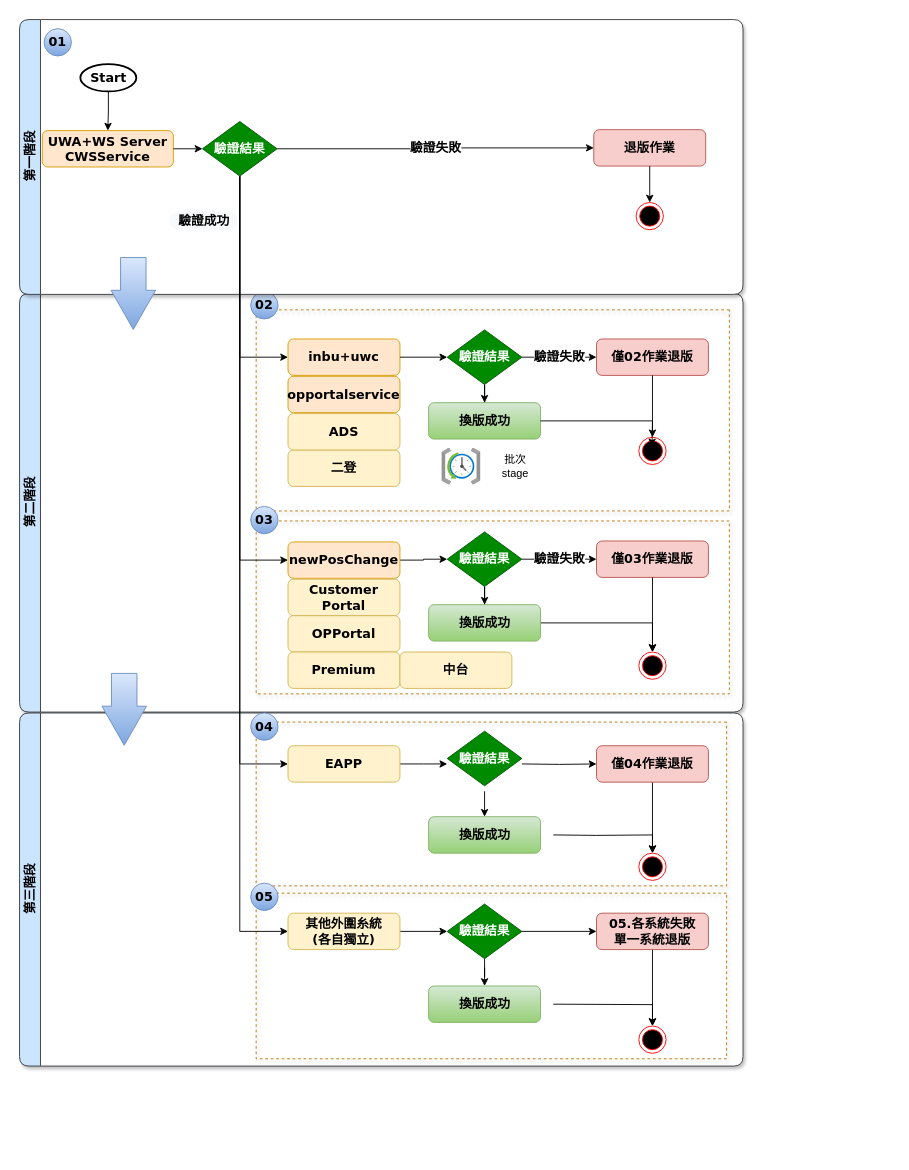
Before: 未命名绘图.drawio in chenegg/chenegg.github.io, a draw.io diagram. Source tidied: cells renumbered, new cells numbered last; positions are measured from the earlier drawing's top-left corner, leaving out a move shared by most shapes. Both pictures are drawn from the tidied source at 91%, with x=0, y=0 at pixel (19, 19).
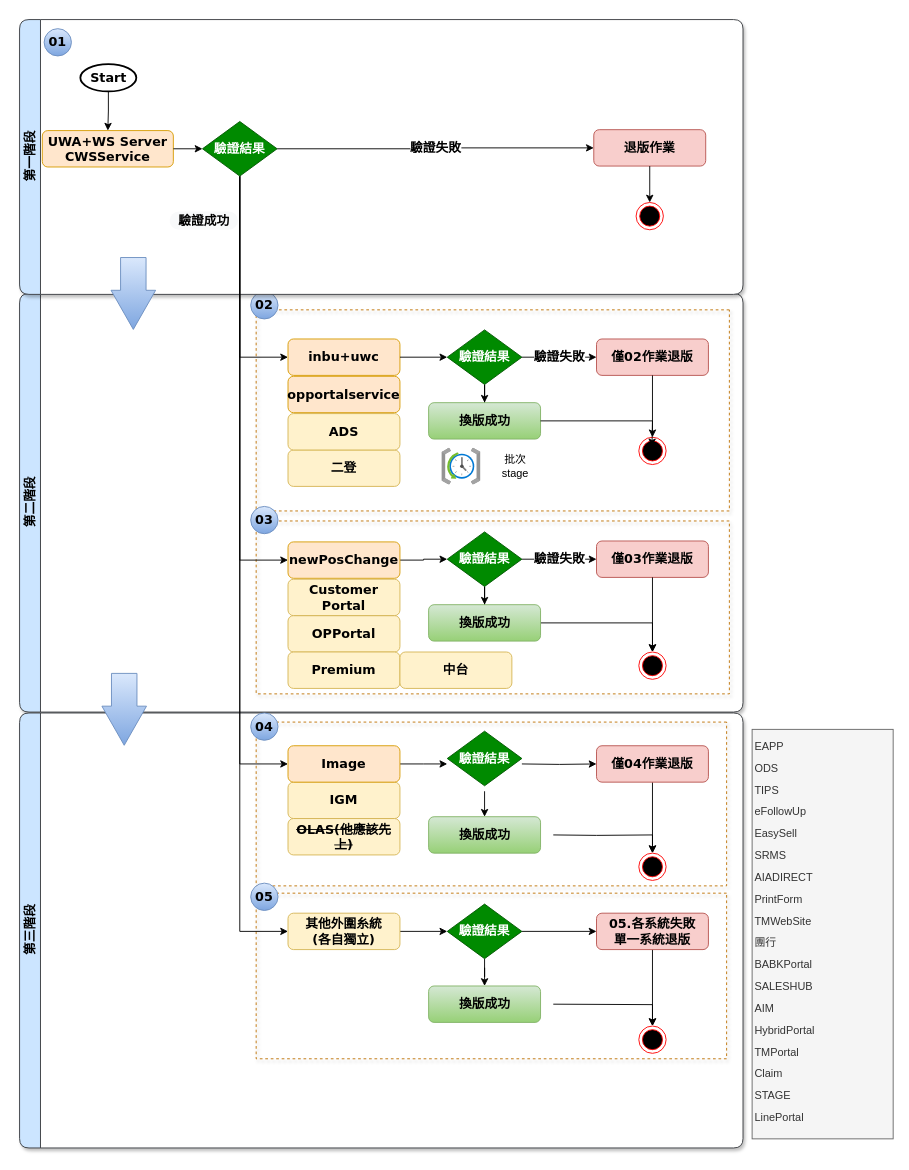
The same page after the edit.

Commit message:
更新未命名绘图.drawio

The change refers to these unchanged cells:
```xml
<mxCell id="49" style="swimlane;startSize=0;dashed=1;shadow=1;rounded=1;fillColor=#f0a30a;fontColor=#000000;strokeColor=#BD7000;fontFamily=Verdana;fontSize=14;fontStyle=1;" parent="31" vertex="1">
  <mxGeometry x="260" y="10" width="517" height="180" as="geometry" />
</mxCell>
```

Diff of the diagram source:
```diff
@@
     <mxCell id="31" value="第三階段" style="swimlane;horizontal=0;whiteSpace=wrap;html=1;rounded=1;shadow=1;fillColor=#cce5ff;strokeColor=#36393d;swimlaneFillColor=default;fontFamily=Verdana;fontSize=14;fontStyle=1;" parent="1" vertex="1">
-      <mxGeometry y="762" width="795" height="388" as="geometry" />
+      <mxGeometry y="762" width="795" height="478" as="geometry" />
     </mxCell>
@@
+    <mxCell id="79" value="&lt;span style=&quot;text-align: left; font-size: 14px;&quot;&gt;IGM&lt;/span&gt;" style="rounded=1;whiteSpace=wrap;html=1;fontSize=14;glass=0;strokeWidth=1;shadow=0;fillColor=#fff2cc;strokeColor=#d6b656;fontFamily=Verdana;fontStyle=1;" parent="49" vertex="1">
+      <mxGeometry x="35" y="66" width="123" height="40" as="geometry" />
+    </mxCell>
+    <mxCell id="80" value="&lt;span style=&quot;text-align: left; font-size: 14px;&quot;&gt;&lt;strike&gt;OLAS(他應該先上)&lt;/strike&gt;&lt;/span&gt;" style="rounded=1;whiteSpace=wrap;html=1;fontSize=14;glass=0;strokeWidth=1;shadow=0;fillColor=#fff2cc;strokeColor=#d6b656;fontFamily=Verdana;fontStyle=1;" parent="49" vertex="1">
+      <mxGeometry x="35" y="106" width="123" height="40" as="geometry" />
+    </mxCell>
@@
-    <mxCell id="72" value="EAPP" style="rounded=1;whiteSpace=wrap;html=1;fontSize=14;glass=0;strokeWidth=1;shadow=0;fillColor=#fff2cc;strokeColor=#d6b656;fontFamily=Verdana;fontStyle=1;" parent="1" vertex="1">
+    <mxCell id="72" value="Image" style="rounded=1;whiteSpace=wrap;html=1;fontSize=14;glass=0;strokeWidth=1;shadow=0;fillColor=#ffe6cc;strokeColor=#d79b00;fontFamily=Verdana;fontStyle=1;" parent="1" vertex="1">
       <mxGeometry x="295" y="798" width="123" height="40" as="geometry" />
     </mxCell>
@@
+    <mxCell id="81" value="&lt;div&gt;&lt;table width=&quot;150&quot; style=&quot;border-collapse:collapse;width:113pt&quot;&gt;&lt;colgroup&gt;&lt;col width=&quot;150&quot; style=&quot;width:113pt&quot;&gt;&lt;/colgroup&gt;&lt;tbody&gt;&lt;tr height=&quot;22&quot; style=&quot;height:16.5pt&quot;&gt;&lt;td width=&quot;150&quot; height=&quot;22&quot; class=&quot;xl126&quot; style=&quot;width:113pt;height:16.5pt&quot;&gt;EAPP&lt;/td&gt;&lt;/tr&gt;&lt;tr height=&quot;22&quot; style=&quot;height:16.5pt&quot;&gt;&lt;td height=&quot;22&quot; class=&quot;xl124&quot; style=&quot;height:16.5pt&quot;&gt;ODS&lt;/td&gt;&lt;/tr&gt;&lt;tr height=&quot;22&quot; style=&quot;height:16.5pt&quot;&gt;&lt;td height=&quot;22&quot; class=&quot;xl124&quot; style=&quot;height:16.5pt&quot;&gt;TIPS&lt;/td&gt;&lt;/tr&gt;&lt;tr height=&quot;22&quot; style=&quot;height:16.5pt&quot;&gt;&lt;td height=&quot;22&quot; class=&quot;xl124&quot; style=&quot;height:16.5pt&quot;&gt;eFollowUp&lt;/td&gt;&lt;/tr&gt;&lt;tr height=&quot;22&quot; style=&quot;height:16.5pt&quot;&gt;&lt;td height=&quot;22&quot; class=&quot;xl124&quot; style=&quot;height:16.5pt&quot;&gt;EasySell&lt;/td&gt;&lt;/tr&gt;&lt;tr height=&quot;22&quot; style=&quot;height:16.5pt&quot;&gt;&lt;td height=&quot;22&quot; class=&quot;xl124&quot; style=&quot;height:16.5pt&quot;&gt;SRMS&lt;/td&gt;&lt;/tr&gt;&lt;tr height=&quot;22&quot; style=&quot;height:16.5pt&quot;&gt;&lt;td height=&quot;22&quot; class=&quot;xl124&quot; style=&quot;height:16.5pt&quot;&gt;AIADIRECT&lt;/td&gt;&lt;/tr&gt;&lt;tr height=&quot;22&quot; style=&quot;height:16.5pt&quot;&gt;&lt;td height=&quot;22&quot; class=&quot;xl124&quot; style=&quot;height:16.5pt&quot;&gt;PrintForm&lt;/td&gt;&lt;/tr&gt;&lt;tr height=&quot;22&quot; style=&quot;height:16.5pt&quot;&gt;&lt;td height=&quot;22&quot; class=&quot;xl124&quot; style=&quot;height:16.5pt&quot;&gt;TMWebSite&lt;/td&gt;&lt;/tr&gt;&lt;tr height=&quot;22&quot; style=&quot;height:16.5pt&quot;&gt;&lt;td height=&quot;22&quot; class=&quot;xl124&quot; style=&quot;height:16.5pt&quot;&gt;團行&lt;/td&gt;&lt;/tr&gt;&lt;tr height=&quot;22&quot; style=&quot;height:16.5pt&quot;&gt;&lt;td height=&quot;22&quot; class=&quot;xl124&quot; style=&quot;height:16.5pt&quot;&gt;BABKPortal&lt;/td&gt;&lt;/tr&gt;&lt;tr height=&quot;22&quot; style=&quot;height:16.5pt&quot;&gt;&lt;td height=&quot;22&quot; class=&quot;xl124&quot; style=&quot;height:16.5pt&quot;&gt;SALESHUB&lt;/td&gt;&lt;/tr&gt;&lt;tr height=&quot;22&quot; style=&quot;height:16.5pt&quot;&gt;&lt;td height=&quot;22&quot; class=&quot;xl124&quot; style=&quot;height:16.5pt&quot;&gt;AIM&lt;/td&gt;&lt;/tr&gt;&lt;tr height=&quot;22&quot; style=&quot;height:16.5pt&quot;&gt;&lt;td height=&quot;22&quot; class=&quot;xl124&quot; style=&quot;height:16.5pt&quot;&gt;HybridPortal&lt;/td&gt;&lt;/tr&gt;&lt;tr height=&quot;22&quot; style=&quot;height:16.5pt&quot;&gt;&lt;td height=&quot;22&quot; class=&quot;xl124&quot; style=&quot;height:16.5pt&quot;&gt;TMPortal&lt;/td&gt;&lt;/tr&gt;&lt;tr height=&quot;22&quot; style=&quot;height:16.5pt&quot;&gt;&lt;td height=&quot;22&quot; class=&quot;xl124&quot; style=&quot;height:16.5pt&quot;&gt;Claim&lt;/td&gt;&lt;/tr&gt;&lt;tr height=&quot;22&quot; style=&quot;height:16.5pt&quot;&gt;&lt;td height=&quot;22&quot; class=&quot;xl124&quot; style=&quot;height:16.5pt&quot;&gt;STAGE&lt;/td&gt;&lt;/tr&gt;&lt;tr height=&quot;23&quot; style=&quot;height:17.25pt&quot;&gt;&lt;td height=&quot;23&quot; class=&quot;xl184&quot; style=&quot;height:17.25pt&quot;&gt;LinePortal&lt;/td&gt;&lt;/tr&gt;&lt;/tbody&gt;&lt;/table&gt;&lt;/div&gt;" style="text;whiteSpace=wrap;html=1;fillColor=#f5f5f5;fontColor=#333333;strokeColor=#666666;" parent="1" vertex="1">
+      <mxGeometry x="805" y="780" width="155" height="450" as="geometry" />
+    </mxCell>
```
